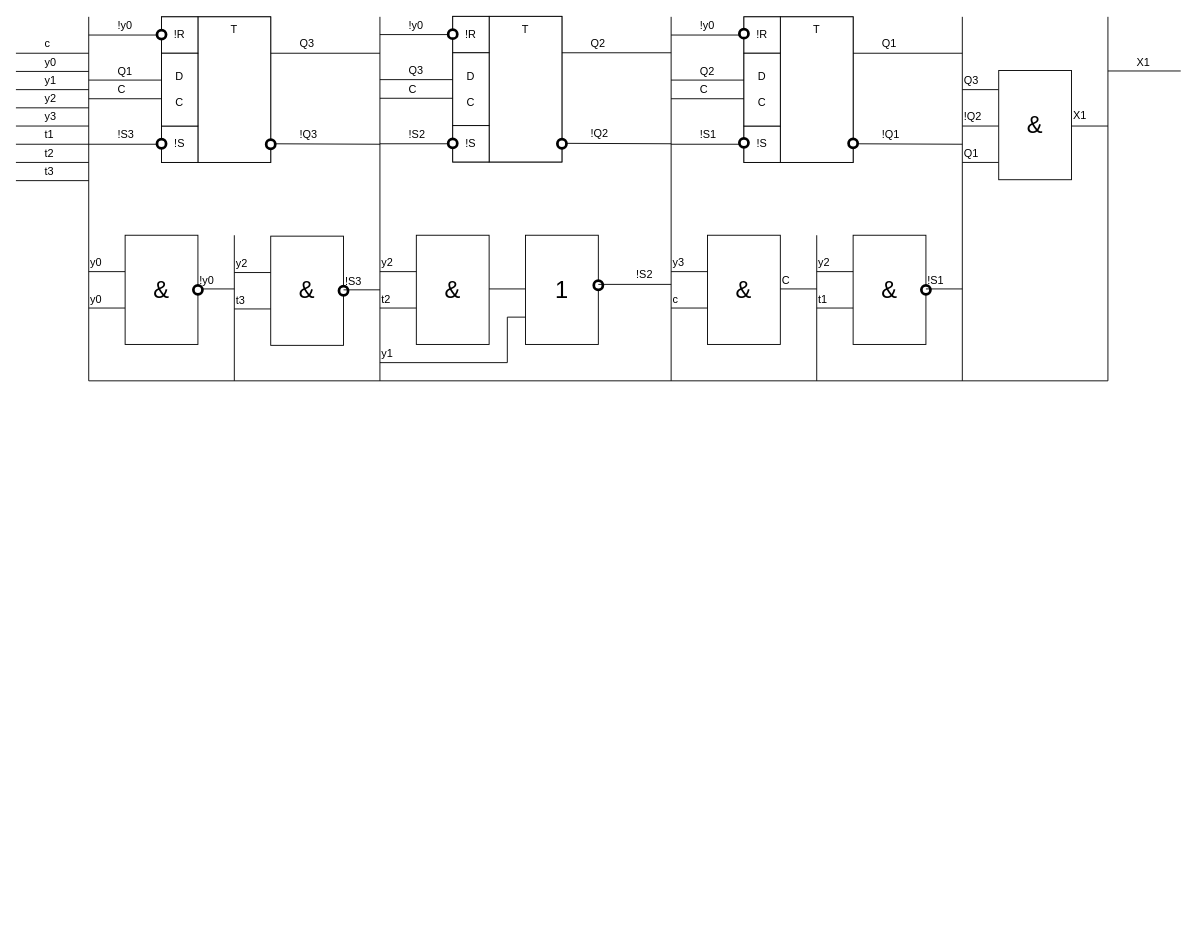
Above: d_based_register.drawio in nayutalienx/digital_circuits (draw.io), before the change. Source tidied: cells renumbered, new cells numbered last; positions are measured from the earlier drawing's top-left corner, leaving out a move shared by most shapes. Both pictures are drawn from the tidied source at 91%, with x=0, y=0 at pixel (15, 16).
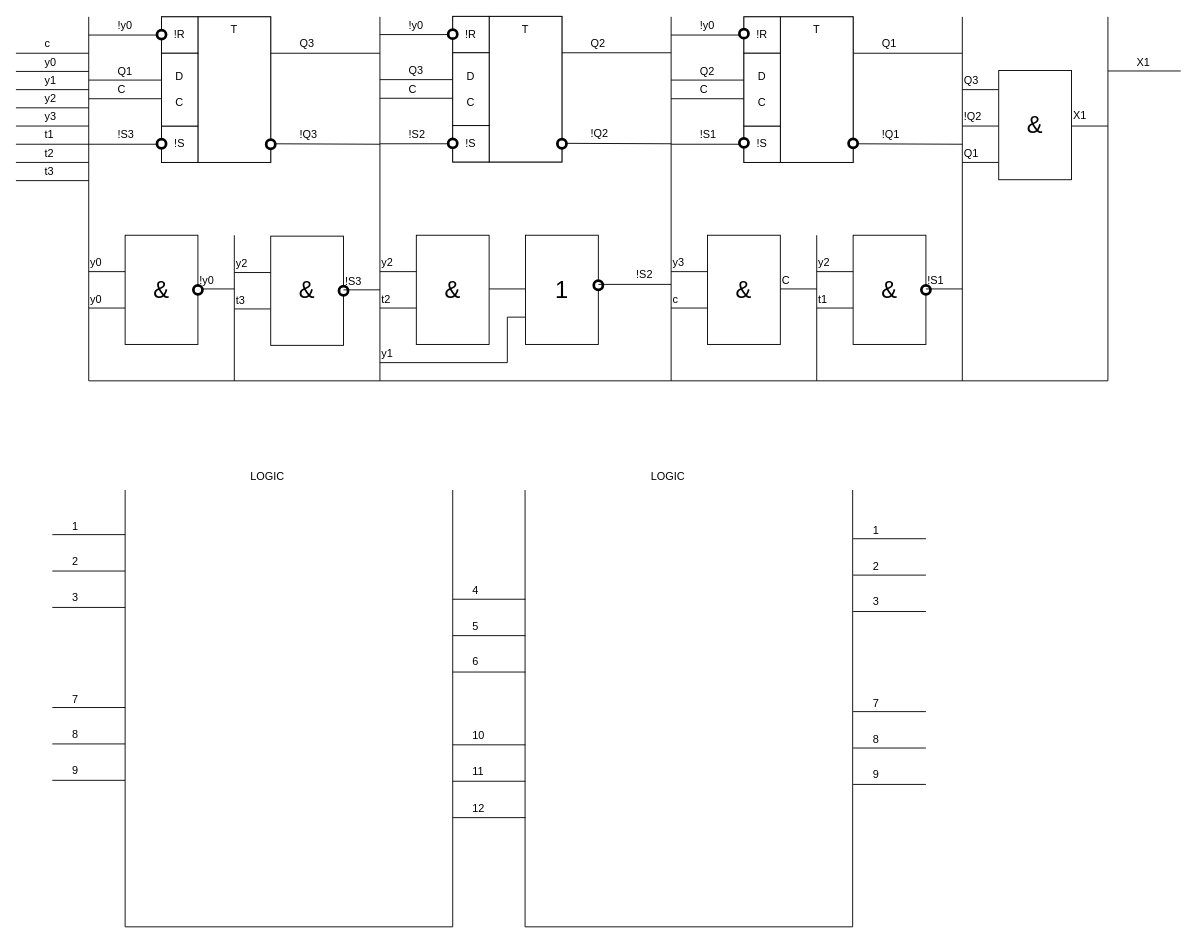
After the change.

Diff of the diagram source:
```diff
@@
+    <mxCell id="142" style="endArrow=none;html=1;" parent="1" edge="1">
+      <mxGeometry relative="1" as="geometry">
+        <mxPoint x="120" y="1000" as="sourcePoint" />
+        <mxPoint x="120" y="520" as="targetPoint" />
+      </mxGeometry>
+    </mxCell>
+    <mxCell id="143" style="endArrow=none;html=1;" parent="1" edge="1">
+      <mxGeometry relative="1" as="geometry">
+        <mxPoint x="120" y="1000" as="sourcePoint" />
+        <mxPoint x="480" y="1000" as="targetPoint" />
+      </mxGeometry>
+    </mxCell>
+    <mxCell id="144" style="endArrow=none;html=1;" parent="1" edge="1">
+      <mxGeometry relative="1" as="geometry">
+        <mxPoint x="480" y="1000" as="sourcePoint" />
+        <mxPoint x="480" y="520" as="targetPoint" />
+      </mxGeometry>
+    </mxCell>
+    <mxCell id="145" value="LOGIC" style="text;html=1;align=left;verticalAlign=top;spacingTop=-4;" parent="1" vertex="1">
+      <mxGeometry x="256" y="495" width="50" height="20" as="geometry" />
+    </mxCell>
+    <mxCell id="146" style="endArrow=none;html=1;" parent="1" edge="1">
+      <mxGeometry relative="1" as="geometry">
+        <mxPoint x="559.5" y="1000" as="sourcePoint" />
+        <mxPoint x="559.5" y="520" as="targetPoint" />
+      </mxGeometry>
+    </mxCell>
+    <mxCell id="147" style="endArrow=none;html=1;" parent="1" edge="1">
+      <mxGeometry relative="1" as="geometry">
+        <mxPoint x="559.5" y="1000" as="sourcePoint" />
+        <mxPoint x="919.5" y="1000" as="targetPoint" />
+      </mxGeometry>
+    </mxCell>
+    <mxCell id="148" style="endArrow=none;html=1;" parent="1" edge="1">
+      <mxGeometry relative="1" as="geometry">
+        <mxPoint x="919.5" y="1000" as="sourcePoint" />
+        <mxPoint x="919.5" y="520" as="targetPoint" />
+      </mxGeometry>
+    </mxCell>
+    <mxCell id="149" value="LOGIC" style="text;html=1;align=left;verticalAlign=top;spacingTop=-4;" parent="1" vertex="1">
+      <mxGeometry x="695.5" y="495" width="50" height="20" as="geometry" />
+    </mxCell>
+    <mxCell id="150" style="endArrow=none;html=1;" parent="1" edge="1">
+      <mxGeometry relative="1" as="geometry">
+        <mxPoint x="480" y="880" as="sourcePoint" />
+        <mxPoint x="560" y="880" as="targetPoint" />
+      </mxGeometry>
+    </mxCell>
+    <mxCell id="151" style="endArrow=none;html=1;" parent="1" edge="1">
+      <mxGeometry relative="1" as="geometry">
+        <mxPoint x="480" y="840" as="sourcePoint" />
+        <mxPoint x="560" y="840" as="targetPoint" />
+      </mxGeometry>
+    </mxCell>
+    <mxCell id="152" style="endArrow=none;html=1;" parent="1" edge="1">
+      <mxGeometry relative="1" as="geometry">
+        <mxPoint x="480" y="800" as="sourcePoint" />
+        <mxPoint x="560" y="800" as="targetPoint" />
+      </mxGeometry>
+    </mxCell>
+    <mxCell id="153" style="endArrow=none;html=1;" parent="1" edge="1">
+      <mxGeometry relative="1" as="geometry">
+        <mxPoint x="480" y="640" as="sourcePoint" />
+        <mxPoint x="560" y="640" as="targetPoint" />
+      </mxGeometry>
+    </mxCell>
+    <mxCell id="154" style="endArrow=none;html=1;" parent="1" edge="1">
+      <mxGeometry relative="1" as="geometry">
+        <mxPoint x="480" y="680" as="sourcePoint" />
+        <mxPoint x="560" y="680" as="targetPoint" />
+      </mxGeometry>
+    </mxCell>
+    <mxCell id="155" style="endArrow=none;html=1;" parent="1" edge="1">
+      <mxGeometry relative="1" as="geometry">
+        <mxPoint x="480" y="720" as="sourcePoint" />
+        <mxPoint x="560" y="720" as="targetPoint" />
+      </mxGeometry>
+    </mxCell>
+    <mxCell id="156" value="4" style="text;html=1;align=left;verticalAlign=top;spacingTop=-4;" parent="1" vertex="1">
+      <mxGeometry x="500" y="621" width="20" height="20" as="geometry" />
+    </mxCell>
+    <mxCell id="157" value="5" style="text;html=1;align=left;verticalAlign=top;spacingTop=-4;" parent="1" vertex="1">
+      <mxGeometry x="500" y="660" width="20" height="20" as="geometry" />
+    </mxCell>
+    <mxCell id="158" value="6" style="text;html=1;align=left;verticalAlign=top;spacingTop=-4;" parent="1" vertex="1">
+      <mxGeometry x="500" y="699" width="20" height="20" as="geometry" />
+    </mxCell>
+    <mxCell id="159" value="10" style="text;html=1;align=left;verticalAlign=top;spacingTop=-4;" parent="1" vertex="1">
+      <mxGeometry x="500" y="780" width="30" height="20" as="geometry" />
+    </mxCell>
+    <mxCell id="160" value="11" style="text;html=1;align=left;verticalAlign=top;spacingTop=-4;" parent="1" vertex="1">
+      <mxGeometry x="500" y="820" width="30" height="20" as="geometry" />
+    </mxCell>
+    <mxCell id="161" value="12" style="text;html=1;align=left;verticalAlign=top;spacingTop=-4;" parent="1" vertex="1">
+      <mxGeometry x="500" y="860" width="30" height="20" as="geometry" />
+    </mxCell>
+    <mxCell id="162" value="1" style="text;html=1;align=left;verticalAlign=top;spacingTop=-4;" parent="1" vertex="1">
+      <mxGeometry x="60" y="550" width="20" height="20" as="geometry" />
+    </mxCell>
+    <mxCell id="163" style="endArrow=none;html=1;" parent="1" edge="1">
+      <mxGeometry relative="1" as="geometry">
+        <mxPoint x="40" y="569" as="sourcePoint" />
+        <mxPoint x="120" y="569" as="targetPoint" />
+      </mxGeometry>
+    </mxCell>
+    <mxCell id="164" value="2" style="text;html=1;align=left;verticalAlign=top;spacingTop=-4;" parent="1" vertex="1">
+      <mxGeometry x="60" y="589" width="20" height="20" as="geometry" />
+    </mxCell>
+    <mxCell id="165" style="endArrow=none;html=1;" parent="1" edge="1">
+      <mxGeometry relative="1" as="geometry">
+        <mxPoint x="40" y="609" as="sourcePoint" />
+        <mxPoint x="120" y="609" as="targetPoint" />
+      </mxGeometry>
+    </mxCell>
+    <mxCell id="166" value="3" style="text;html=1;align=left;verticalAlign=top;spacingTop=-4;" parent="1" vertex="1">
+      <mxGeometry x="60" y="628" width="20" height="20" as="geometry" />
+    </mxCell>
+    <mxCell id="167" style="endArrow=none;html=1;" parent="1" edge="1">
+      <mxGeometry relative="1" as="geometry">
+        <mxPoint x="40" y="649" as="sourcePoint" />
+        <mxPoint x="120" y="649" as="targetPoint" />
+      </mxGeometry>
+    </mxCell>
+    <mxCell id="168" value="7" style="text;html=1;align=left;verticalAlign=top;spacingTop=-4;" parent="1" vertex="1">
+      <mxGeometry x="60" y="740" width="20" height="20" as="geometry" />
+    </mxCell>
+    <mxCell id="169" style="endArrow=none;html=1;" parent="1" edge="1">
+      <mxGeometry relative="1" as="geometry">
+        <mxPoint x="40" y="759" as="sourcePoint" />
+        <mxPoint x="120" y="759" as="targetPoint" />
+      </mxGeometry>
+    </mxCell>
+    <mxCell id="170" value="8" style="text;html=1;align=left;verticalAlign=top;spacingTop=-4;" parent="1" vertex="1">
+      <mxGeometry x="60" y="779" width="20" height="20" as="geometry" />
+    </mxCell>
+    <mxCell id="171" style="endArrow=none;html=1;" parent="1" edge="1">
+      <mxGeometry relative="1" as="geometry">
+        <mxPoint x="40" y="799" as="sourcePoint" />
+        <mxPoint x="120" y="799" as="targetPoint" />
+      </mxGeometry>
+    </mxCell>
+    <mxCell id="172" value="9" style="text;html=1;align=left;verticalAlign=top;spacingTop=-4;" parent="1" vertex="1">
+      <mxGeometry x="60" y="818" width="20" height="20" as="geometry" />
+    </mxCell>
+    <mxCell id="173" style="endArrow=none;html=1;" parent="1" edge="1">
+      <mxGeometry relative="1" as="geometry">
+        <mxPoint x="40" y="839" as="sourcePoint" />
+        <mxPoint x="120" y="839" as="targetPoint" />
+      </mxGeometry>
+    </mxCell>
+    <mxCell id="174" value="1" style="text;html=1;align=left;verticalAlign=top;spacingTop=-4;" parent="1" vertex="1">
+      <mxGeometry x="940" y="554.5" width="20" height="20" as="geometry" />
+    </mxCell>
+    <mxCell id="175" value="2" style="text;html=1;align=left;verticalAlign=top;spacingTop=-4;" parent="1" vertex="1">
+      <mxGeometry x="940" y="593.5" width="20" height="20" as="geometry" />
+    </mxCell>
+    <mxCell id="176" value="3" style="text;html=1;align=left;verticalAlign=top;spacingTop=-4;" parent="1" vertex="1">
+      <mxGeometry x="940" y="632.5" width="20" height="20" as="geometry" />
+    </mxCell>
+    <mxCell id="177" value="7" style="text;html=1;align=left;verticalAlign=top;spacingTop=-4;" parent="1" vertex="1">
+      <mxGeometry x="940" y="744.5" width="20" height="20" as="geometry" />
+    </mxCell>
+    <mxCell id="178" value="8" style="text;html=1;align=left;verticalAlign=top;spacingTop=-4;" parent="1" vertex="1">
+      <mxGeometry x="940" y="783.5" width="20" height="20" as="geometry" />
+    </mxCell>
+    <mxCell id="179" value="9" style="text;html=1;align=left;verticalAlign=top;spacingTop=-4;" parent="1" vertex="1">
+      <mxGeometry x="940" y="822.5" width="20" height="20" as="geometry" />
+    </mxCell>
+    <mxCell id="180" style="endArrow=none;html=1;" parent="1" edge="1">
+      <mxGeometry relative="1" as="geometry">
+        <mxPoint x="920" y="843.5" as="sourcePoint" />
+        <mxPoint x="1000" y="843.5" as="targetPoint" />
+      </mxGeometry>
+    </mxCell>
+    <mxCell id="181" style="endArrow=none;html=1;" parent="1" edge="1">
+      <mxGeometry relative="1" as="geometry">
+        <mxPoint x="920" y="803.5" as="sourcePoint" />
+        <mxPoint x="1000" y="803.5" as="targetPoint" />
+      </mxGeometry>
+    </mxCell>
+    <mxCell id="182" style="endArrow=none;html=1;" parent="1" edge="1">
+      <mxGeometry relative="1" as="geometry">
+        <mxPoint x="920" y="763.5" as="sourcePoint" />
+        <mxPoint x="1000" y="763.5" as="targetPoint" />
+      </mxGeometry>
+    </mxCell>
+    <mxCell id="183" style="endArrow=none;html=1;" parent="1" edge="1">
+      <mxGeometry relative="1" as="geometry">
+        <mxPoint x="920" y="653.5" as="sourcePoint" />
+        <mxPoint x="1000" y="653.5" as="targetPoint" />
+      </mxGeometry>
+    </mxCell>
+    <mxCell id="184" style="endArrow=none;html=1;" parent="1" edge="1">
+      <mxGeometry relative="1" as="geometry">
+        <mxPoint x="920" y="613.5" as="sourcePoint" />
+        <mxPoint x="1000" y="613.5" as="targetPoint" />
+      </mxGeometry>
+    </mxCell>
+    <mxCell id="185" style="endArrow=none;html=1;" parent="1" edge="1">
+      <mxGeometry relative="1" as="geometry">
+        <mxPoint x="920" y="573.5" as="sourcePoint" />
+        <mxPoint x="1000" y="573.5" as="targetPoint" />
+      </mxGeometry>
+    </mxCell>
```
